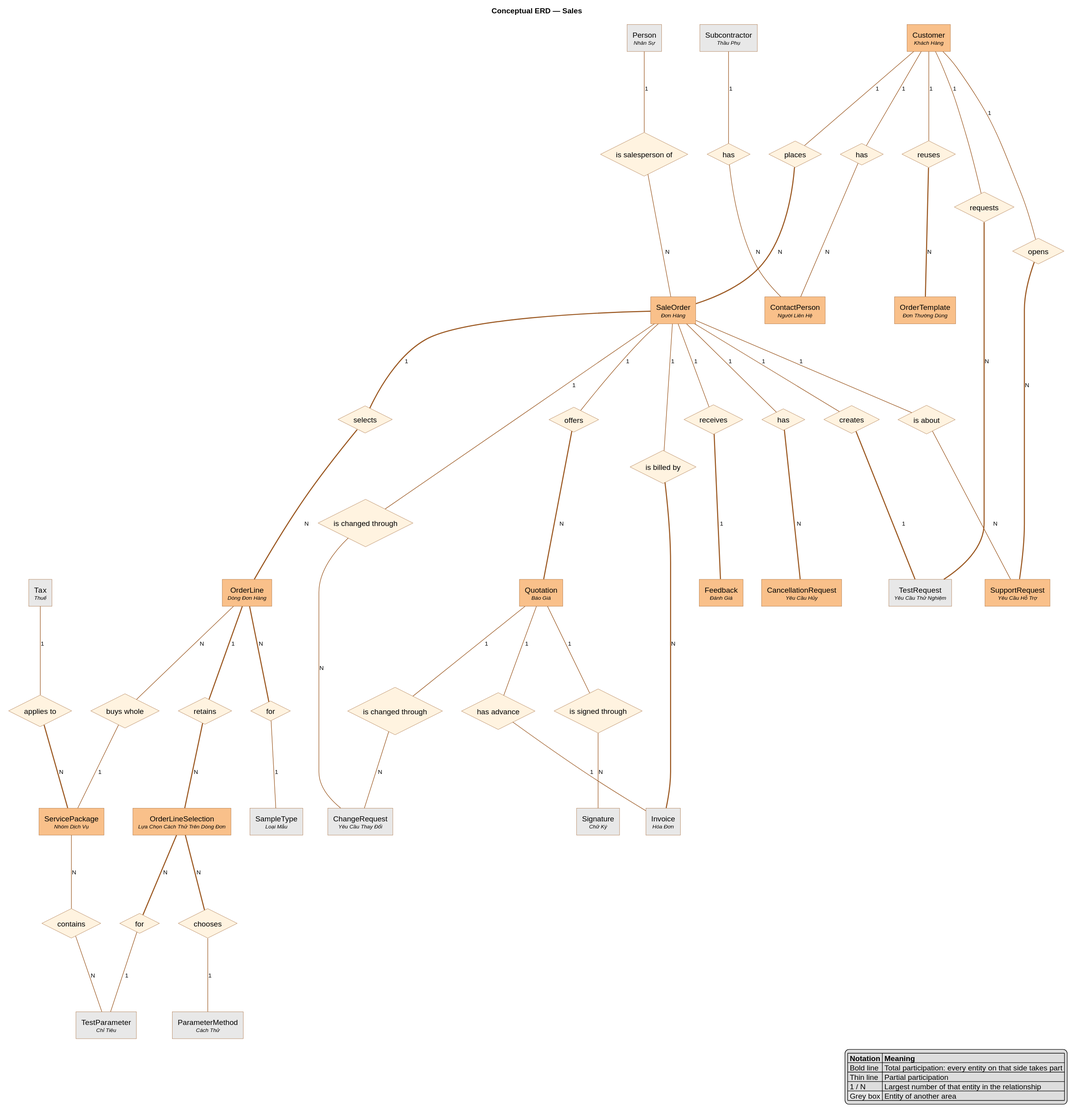
Above: docs/reports/erd-diagram/conceptual-sales.svg in SoltuneMontepre/medilab (PlantUML), before the change.
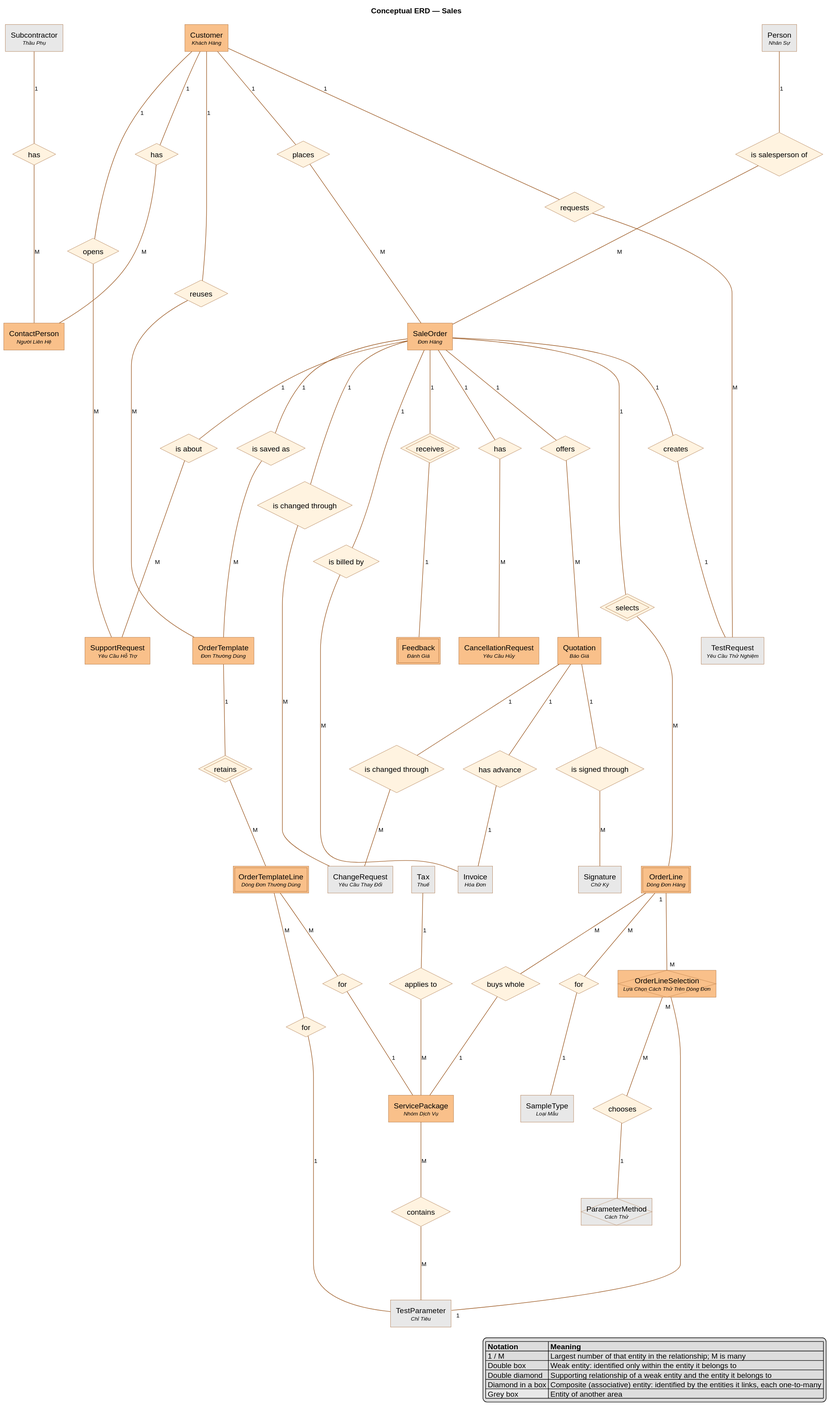
Above is the later version.

Change to the diagram source:
```diff
@@ -27,7 +27,7 @@
 }
 entity "SaleOrder\n<size:10><i>Đơn Hàng</i></size>" as E11 {
 }
-entity "OrderLine\n<size:10><i>Dòng Đơn Hàng</i></size>" as E12 {
+entity "OrderLine\n<size:10><i>Dòng Đơn Hàng</i></size>" as E12 <<weak>> {
 }
 entity "OrderLineSelection\n<size:10><i>Lựa Chọn Cách Thử Trên Dòng Đơn</i></size>" as E13 {
 }
@@ -37,15 +37,17 @@
 }
 entity "OrderTemplate\n<size:10><i>Đơn Thường Dùng</i></size>" as E16 {
 }
-entity "CancellationRequest\n<size:10><i>Yêu Cầu Hủy</i></size>" as E17 {
+entity "OrderTemplateLine\n<size:10><i>Dòng Đơn Thường Dùng</i></size>" as E17 <<weak>> {
 }
-entity "SupportRequest\n<size:10><i>Yêu Cầu Hỗ Trợ</i></size>" as E18 {
+entity "CancellationRequest\n<size:10><i>Yêu Cầu Hủy</i></size>" as E18 {
 }
-entity "Feedback\n<size:10><i>Đánh Giá</i></size>" as E19 {
+entity "SupportRequest\n<size:10><i>Yêu Cầu Hỗ Trợ</i></size>" as E19 {
 }
-entity "Invoice\n<size:10><i>Hóa Đơn</i></size>" as E20 <<ext>> {
+entity "Feedback\n<size:10><i>Đánh Giá</i></size>" as E20 <<weak>> {
 }
-entity "Tax\n<size:10><i>Thuế</i></size>" as E21 <<ext>> {
+entity "Invoice\n<size:10><i>Hóa Đơn</i></size>" as E21 <<ext>> {
+}
+entity "Tax\n<size:10><i>Thuế</i></size>" as E22 <<ext>> {
 }
 relationship "requests" as R1 <<rel>> {
 }
@@ -55,13 +57,11 @@
 }
 relationship "places" as R4 <<rel>> {
 }
-relationship "selects" as R5 <<rel>> {
+relationship "selects" as R5 <<identifying>> <<rel>> {
 }
 relationship "for" as R6 <<rel>> {
 }
-relationship "retains" as R7 <<rel>> {
-}
-relationship "for" as R8 <<rel>> {
+relationship "is saved as" as R8 <<rel>> {
 }
 relationship "chooses" as R9 <<rel>> {
 }
@@ -75,7 +75,7 @@
 }
 relationship "reuses" as R14 <<rel>> {
 }
-relationship "receives" as R15 <<rel>> {
+relationship "receives" as R15 <<identifying>> <<rel>> {
 }
 relationship "is signed through" as R16 <<rel>> {
 }
@@ -97,61 +97,74 @@
 }
 relationship "is salesperson of" as R25 <<rel>> {
 }
+relationship "retains" as R26 <<identifying>> <<rel>> {
+}
+relationship "for" as R27 <<rel>> {
+}
+relationship "for" as R28 <<rel>> {
+}
 E9 -1- R1
-R1 =N= E6
+R1 -M- E6
 E9 -1- R2
-R2 -N- E10
+R2 -M- E10
 E5 -1- R3
-R3 -N- E10
+R3 -M- E10
 E9 -1- R4
-R4 =N= E11
-E11 =1= R5
-R5 =N= E12
-E12 =N= R6
+R4 -M- E11
+E11 -1- R5
+R5 -M- E12
+E12 -M- R6
 R6 -1- E2
-E12 =1= R7
-R7 =N= E13
-E13 =N= R8
-R8 -1- E1
-E13 =N= R9
+E12 -- E13
+E13 -- E1
+E11 -1- R8
+R8 -M- E16
+E13 -M- R9
 R9 -1- E3
-E12 -N- R10
+E12 -M- R10
 R10 -1- E15
-E15 -N- R11
-R11 -N- E1
+E15 -M- R11
+R11 -M- E1
 E11 -1- R12
-R12 =N= E14
+R12 -M- E14
 E11 -1- R13
-R13 =1= E6
+R13 -1- E6
 E9 -1- R14
-R14 =N= E16
+R14 -M- E16
 E11 -1- R15
-R15 =1= E19
+R15 -1- E20
 E14 -1- R16
-R16 -N- E7
+R16 -M- E7
 E14 -1- R17
-R17 -N- E8
+R17 -M- E8
 E11 -1- R18
-R18 -N- E8
+R18 -M- E8
 E11 -1- R19
-R19 =N= E20
+R19 -M- E21
 E14 -1- R20
-R20 -1- E20
-E21 -1- R21
-R21 =N= E15
+R20 -1- E21
+E22 -1- R21
+R21 -M- E15
 E11 -1- R22
-R22 =N= E17
+R22 -M- E18
 E9 -1- R23
-R23 =N= E18
+R23 -M- E19
 E11 -1- R24
-R24 -N- E18
+R24 -M- E19
 E4 -1- R25
-R25 -N- E11
+R25 -M- E11
+E16 -1- R26
+R26 -M- E17
+E17 -M- R27
+R27 -1- E1
+E17 -M- R28
+R28 -1- E15
 legend right
 |= Notation |= Meaning |
-| Bold line | Total participation: every entity on that side takes part |
-| Thin line | Partial participation |
-| 1 / N | Largest number of that entity in the relationship |
+| 1 / M | Largest number of that entity in the relationship; M is many |
+| Double box | Weak entity: identified only within the entity it belongs to |
+| Double diamond | Supporting relationship of a weak entity and the entity it belongs to |
+| Diamond in a box | Composite (associative) entity: identified by the entities it links, each one-to-many |
 |<#E8E8E8> Grey box | Entity of another area |
 endlegend
 @endchen
```
